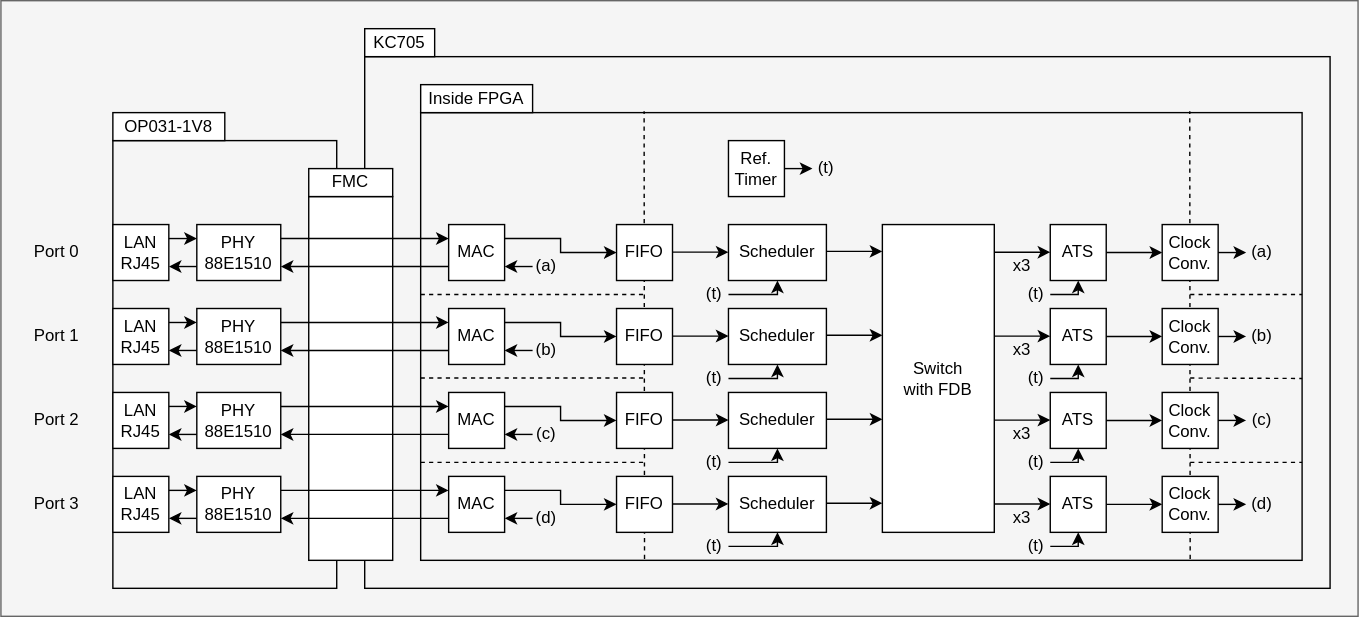
Above: docs/ats-switch/img/overwiew_ats-switch.drawio.svg in CCIRT/aist-tsn-switch (draw.io), before the change. Source tidied: cells renumbered, new cells last; positions are measured from the earlier drawing's top-left corner, leaving out a move shared by most shapes.
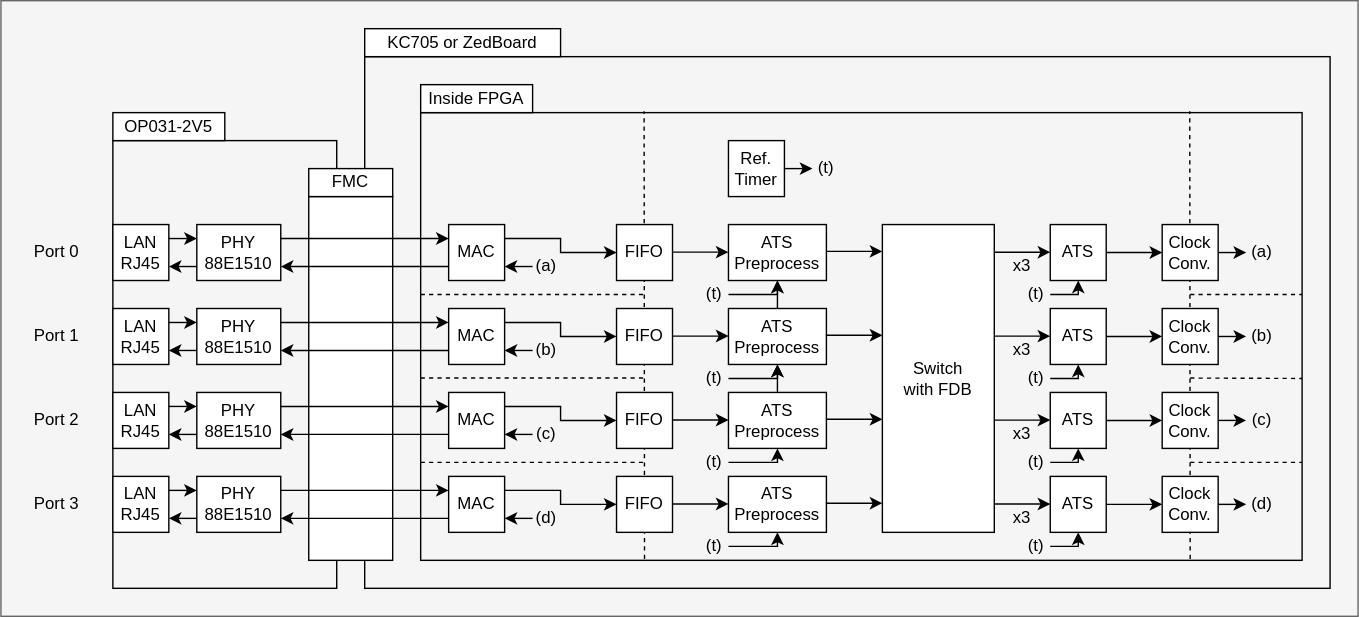
After the change.

Change to the diagram source:
```diff
@@ -1,4 +1,4 @@
-<mxGraphModel>
+<mxGraphModel background="#ffffff">
   <root>
     <mxCell id="0" />
     <mxCell id="1" parent="0" />
@@ -34,10 +34,10 @@
     <mxCell id="9" value="MAC" style="rounded=0;whiteSpace=wrap;html=1;fillColor=default;" parent="1" vertex="1">
       <mxGeometry x="320" y="160" width="40" height="40" as="geometry" />
     </mxCell>
-    <mxCell id="10" value="KC705" style="rounded=0;whiteSpace=wrap;html=1;" parent="1" vertex="1">
-      <mxGeometry x="260" y="20" width="50" height="20" as="geometry" />
+    <mxCell id="10" value="KC705 or ZedBoard" style="rounded=0;whiteSpace=wrap;html=1;" parent="1" vertex="1">
+      <mxGeometry x="260" y="20" width="140" height="20" as="geometry" />
     </mxCell>
-    <mxCell id="11" value="OP031-1V8" style="rounded=0;whiteSpace=wrap;html=1;" parent="1" vertex="1">
+    <mxCell id="11" value="OP031-2V5" style="rounded=0;whiteSpace=wrap;html=1;" parent="1" vertex="1">
       <mxGeometry x="80" y="80" width="80" height="20" as="geometry" />
     </mxCell>
     <mxCell id="12" value="LAN&lt;br&gt;RJ45" style="rounded=0;whiteSpace=wrap;html=1;" parent="1" vertex="1">
@@ -476,13 +476,19 @@
     <mxCell id="119" style="group;" parent="1" vertex="1">
       <mxGeometry x="520" y="160" width="70" height="230" as="geometry" />
     </mxCell>
-    <mxCell id="120" value="Scheduler" style="rounded=0;whiteSpace=wrap;html=1;fillColor=default;" parent="119" vertex="1">
+    <mxCell id="120" value="ATS&lt;div&gt;Preprocess&lt;/div&gt;" style="rounded=0;whiteSpace=wrap;html=1;fillColor=default;" parent="119" vertex="1">
       <mxGeometry width="70" height="40" as="geometry" />
     </mxCell>
+    <mxCell id="128" style="edgeStyle=none;html=1;" parent="119" edge="1" source="121" target="120">
+      <mxGeometry relative="1" as="geometry" />
+    </mxCell>
-    <mxCell id="121" value="Scheduler" style="rounded=0;whiteSpace=wrap;html=1;fillColor=default;" parent="119" vertex="1">
+    <mxCell id="121" value="ATS&lt;div&gt;Preprocess&lt;/div&gt;" style="rounded=0;whiteSpace=wrap;html=1;fillColor=default;" parent="119" vertex="1">
       <mxGeometry y="60" width="70" height="40" as="geometry" />
     </mxCell>
+    <mxCell id="129" style="edgeStyle=none;html=1;" parent="119" edge="1" source="122" target="121">
+      <mxGeometry relative="1" as="geometry" />
+    </mxCell>
-    <mxCell id="122" value="Scheduler" style="rounded=0;whiteSpace=wrap;html=1;fillColor=default;" parent="119" vertex="1">
+    <mxCell id="122" value="&lt;span style=&quot;color: rgb(0, 0, 0);&quot;&gt;ATS&lt;/span&gt;&lt;div&gt;Preprocess&lt;/div&gt;" style="rounded=0;whiteSpace=wrap;html=1;fillColor=default;" parent="119" vertex="1">
       <mxGeometry y="120" width="70" height="40" as="geometry" />
     </mxCell>
     <mxCell id="123" style="edgeStyle=none;html=1;entryX=0.5;entryY=1;entryDx=0;entryDy=0;exitX=1;exitY=0.5;exitDx=0;exitDy=0;rounded=0;" parent="119" edge="1" source="61">
@@ -517,7 +523,7 @@
         </Array>
       </mxGeometry>
     </mxCell>
-    <mxCell id="127" value="Scheduler" style="rounded=0;whiteSpace=wrap;html=1;fillColor=default;" parent="119" vertex="1">
+    <mxCell id="127" value="&lt;span style=&quot;color: rgb(0, 0, 0);&quot;&gt;ATS&lt;/span&gt;&lt;div&gt;Preprocess&lt;/div&gt;" style="rounded=0;whiteSpace=wrap;html=1;fillColor=default;" parent="119" vertex="1">
       <mxGeometry y="180" width="70" height="40" as="geometry" />
     </mxCell>
   </root>
```
